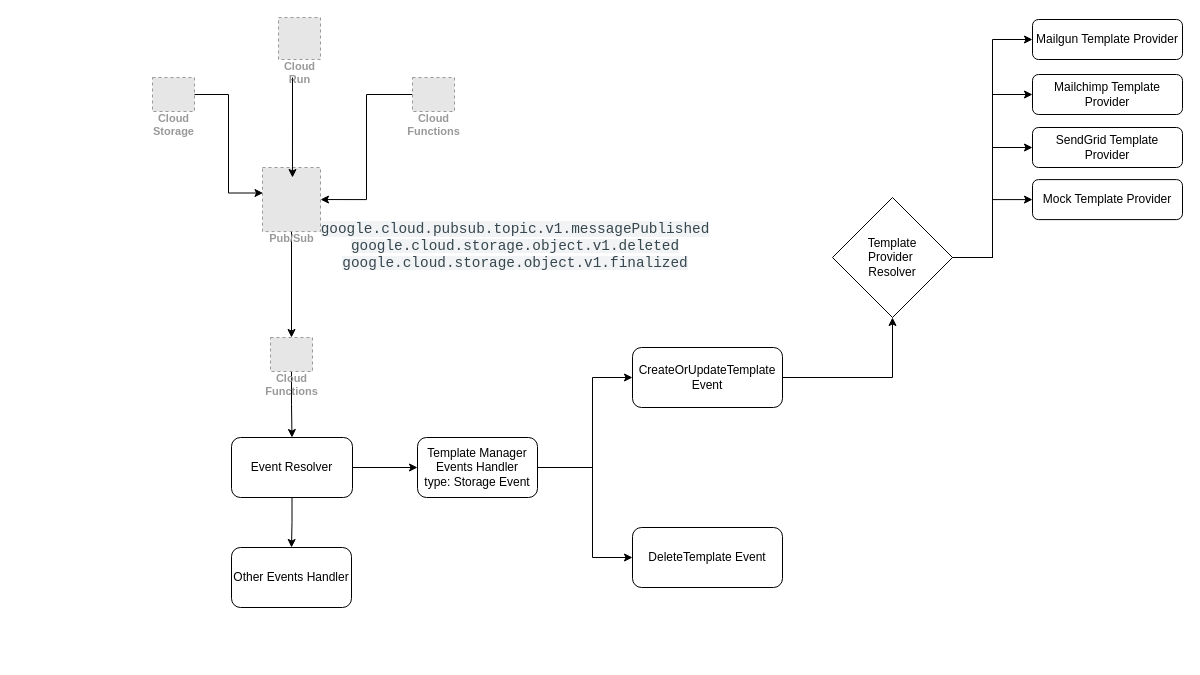
pSharpX/google-cfn-labs keeps this draw.io diagram as templatemanager-java/template_manager.drawio. Above is the earlier version. Source tidied: cells renumbered, new cells numbered last; positions are measured from the earlier drawing's top-left corner, leaving out a move shared by most shapes. Both pictures are drawn from the tidied source at 100%, with x=0, y=0 at pixel (152, 17). Pictures stored in the file or linked from it are replaced by grey dashed boxes.
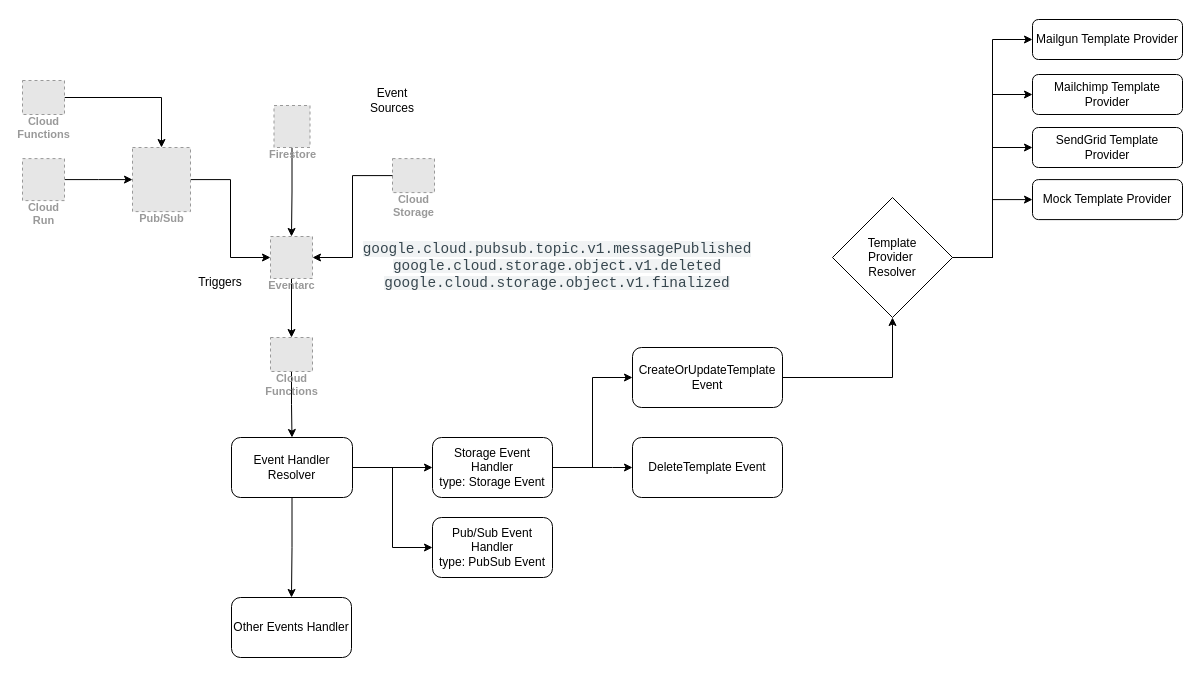
After the change.

Commit message:
feat(templatemanager-java): update diagram.

The change refers to these unchanged cells:
```xml
<mxCell id="5" value="Cloud&#10;Functions" style="fillColor=#E6E6E6;strokeColor=#999999;dashed=1;html=1;verticalAlign=top;labelPosition=center;verticalLabelPosition=bottom;align=center;spacingTop=-6;fontSize=11;fontStyle=1;fontColor=#999999;" parent="1" vertex="1">
  <mxGeometry x="118" y="320" width="42" height="34" as="geometry" />
</mxCell>
```

Diff of the diagram source:
```diff
@@
-    <mxCell id="2" style="edgeStyle=orthogonalEdgeStyle;rounded=0;jettySize=auto;html=1;entryX=0.5;entryY=0;entryDx=0;entryDy=0;" parent="1" edge="1" source="3" target="5">
-      <mxGeometry relative="1" as="geometry" />
-    </mxCell>
+    <mxCell id="32" style="edgeStyle=orthogonalEdgeStyle;rounded=0;jettySize=auto;html=1;entryX=0;entryY=0.5;entryDx=0;entryDy=0;" parent="1" edge="1" source="3" target="36">
+      <mxGeometry relative="1" as="geometry" />
+    </mxCell>
     <mxCell id="3" value="Pub/Sub" style="fillColor=#E6E6E6;strokeColor=#999999;dashed=1;html=1;verticalAlign=top;labelPosition=center;verticalLabelPosition=bottom;align=center;spacingTop=-6;fontSize=11;fontStyle=1;fontColor=#999999;" parent="1" vertex="1">
-      <mxGeometry x="110" y="150" width="58" height="64.1" as="geometry" />
+      <mxGeometry x="-20" y="130" width="58" height="64.1" as="geometry" />
     </mxCell>
@@
     <mxCell id="6" value="Cloud&#10;Storage" style="fillColor=#E6E6E6;strokeColor=#999999;dashed=1;html=1;verticalAlign=top;labelPosition=center;verticalLabelPosition=bottom;align=center;spacingTop=-6;fontSize=11;fontStyle=1;fontColor=#999999;" parent="1" vertex="1">
-      <mxGeometry y="60" width="42" height="34" as="geometry" />
+      <mxGeometry x="240" y="141.1" width="42" height="34" as="geometry" />
     </mxCell>
-    <mxCell id="7" style="edgeStyle=orthogonalEdgeStyle;rounded=0;jettySize=auto;html=1;entryX=0.009;entryY=0.398;entryDx=0;entryDy=0;entryPerimeter=0;" parent="1" edge="1" source="6" target="3">
+    <mxCell id="7" style="edgeStyle=orthogonalEdgeStyle;rounded=0;jettySize=auto;html=1;entryX=1;entryY=0.5;entryDx=0;entryDy=0;" parent="1" edge="1" source="6" target="36">
       <mxGeometry relative="1" as="geometry" />
     </mxCell>
+    <mxCell id="33" style="edgeStyle=orthogonalEdgeStyle;rounded=0;jettySize=auto;html=1;" parent="1" edge="1" source="8" target="3">
+      <mxGeometry relative="1" as="geometry" />
+    </mxCell>
     <mxCell id="8" value="Cloud&#10;Run" style="fillColor=#E6E6E6;strokeColor=#999999;dashed=1;html=1;verticalAlign=top;labelPosition=center;verticalLabelPosition=bottom;align=center;spacingTop=-6;fontSize=11;fontStyle=1;fontColor=#999999;" parent="1" vertex="1">
-      <mxGeometry x="126" width="42" height="42" as="geometry" />
+      <mxGeometry x="-130" y="141.1" width="42" height="42" as="geometry" />
     </mxCell>
-    <mxCell id="9" style="edgeStyle=orthogonalEdgeStyle;rounded=0;jettySize=auto;html=1;entryX=0.517;entryY=0.156;entryDx=0;entryDy=0;entryPerimeter=0;" parent="1" edge="1" target="3">
-      <mxGeometry relative="1" as="geometry">
-        <mxPoint x="140" y="60" as="sourcePoint" />
-        <Array as="points">
-          <mxPoint x="140" y="62" />
-        </Array>
-      </mxGeometry>
-    </mxCell>
-    <mxCell id="10" style="edgeStyle=orthogonalEdgeStyle;rounded=0;jettySize=auto;html=1;entryX=1;entryY=0.5;entryDx=0;entryDy=0;" parent="1" edge="1" source="11" target="3">
+    <mxCell id="10" style="edgeStyle=orthogonalEdgeStyle;rounded=0;jettySize=auto;html=1;" parent="1" edge="1" source="11" target="3">
       <mxGeometry relative="1" as="geometry" />
     </mxCell>
-    <mxCell id="11" value="Cloud&#10;Functions" style="fillColor=#E6E6E6;strokeColor=#999999;dashed=1;html=1;verticalAlign=top;labelPosition=center;verticalLabelPosition=bottom;align=center;spacingTop=-6;fontSize=11;fontStyle=1;fontColor=#999999;" parent="1" vertex="1">
-      <mxGeometry x="260" y="60" width="42" height="34" as="geometry" />
-    </mxCell>
@@
+    <mxCell id="34" style="edgeStyle=orthogonalEdgeStyle;rounded=0;jettySize=auto;html=1;entryX=0;entryY=0.5;entryDx=0;entryDy=0;" parent="1" edge="1" source="14" target="37">
+      <mxGeometry relative="1" as="geometry" />
+    </mxCell>
-    <mxCell id="14" value="Event Resolver" style="rounded=1;whiteSpace=wrap;html=1;" parent="1" vertex="1">
+    <mxCell id="14" value="Event Handler Resolver" style="rounded=1;whiteSpace=wrap;html=1;" parent="1" vertex="1">
       <mxGeometry x="79" y="420" width="121" height="60" as="geometry" />
     </mxCell>
@@
     <mxCell id="16" style="edgeStyle=orthogonalEdgeStyle;rounded=0;jettySize=auto;html=1;entryX=0;entryY=0.5;entryDx=0;entryDy=0;" parent="1" edge="1" source="17" target="21">
       <mxGeometry relative="1" as="geometry">
         <Array as="points">
-          <mxPoint x="440" y="450" />
-          <mxPoint x="440" y="540" />
+          <mxPoint x="460" y="450" />
+          <mxPoint x="460" y="450" />
         </Array>
       </mxGeometry>
     </mxCell>
-    <mxCell id="17" value="Template Manager Events Handler&lt;div&gt;type: Storage Event&lt;/div&gt;" style="rounded=1;whiteSpace=wrap;html=1;" parent="1" vertex="1">
-      <mxGeometry x="265" y="420" width="120" height="60" as="geometry" />
+    <mxCell id="17" value="Storage Event Handler&lt;div&gt;type: Storage Event&lt;/div&gt;" style="rounded=1;whiteSpace=wrap;html=1;" parent="1" vertex="1">
+      <mxGeometry x="280" y="420" width="120" height="60" as="geometry" />
     </mxCell>
     <mxCell id="18" value="Other Events Handler" style="rounded=1;whiteSpace=wrap;html=1;" parent="1" vertex="1">
-      <mxGeometry x="79" y="530" width="120" height="60" as="geometry" />
+      <mxGeometry x="79" y="580" width="120" height="60" as="geometry" />
     </mxCell>
@@
     <mxCell id="21" value="DeleteTemplate Event" style="rounded=1;whiteSpace=wrap;html=1;" parent="1" vertex="1">
-      <mxGeometry x="480" y="510" width="150" height="60" as="geometry" />
+      <mxGeometry x="480" y="420" width="150" height="60" as="geometry" />
     </mxCell>
@@
     <mxCell id="31" value="&lt;span style=&quot;color: rgb(55, 71, 79); font-family: &amp;quot;Roboto Mono&amp;quot;, monospace; font-size: 14.4px; text-align: left; background-color: rgb(241, 243, 244);&quot;&gt;google.cloud.pubsub.topic.v1.messagePublished&lt;/span&gt;&lt;div&gt;&lt;span style=&quot;text-align: left; background-color: rgb(241, 243, 244); color: rgb(55, 71, 79);&quot;&gt;&lt;font face=&quot;Roboto Mono, monospace&quot; color=&quot;#37474f&quot;&gt;&lt;span style=&quot;font-size: 14.4px;&quot;&gt;google.cloud.storage.object.v1.deleted&lt;/span&gt;&lt;/font&gt;&lt;/span&gt;&lt;/div&gt;&lt;div&gt;&lt;span style=&quot;text-align: left; background-color: rgb(241, 243, 244); color: rgb(55, 71, 79);&quot;&gt;&lt;font face=&quot;Roboto Mono, monospace&quot; color=&quot;#37474f&quot;&gt;&lt;span style=&quot;font-size: 14.4px;&quot;&gt;google.cloud.storage.object.v1.finalized&lt;/span&gt;&lt;/font&gt;&lt;/span&gt;&lt;/div&gt;" style="text;html=1;align=center;verticalAlign=middle;whiteSpace=wrap;rounded=0;" parent="1" vertex="1">
-      <mxGeometry x="168" y="190" width="390" height="77.9" as="geometry" />
+      <mxGeometry x="210" y="210" width="390" height="77.9" as="geometry" />
     </mxCell>
+    <mxCell id="35" style="edgeStyle=orthogonalEdgeStyle;rounded=0;jettySize=auto;html=1;" parent="1" edge="1" source="36" target="5">
+      <mxGeometry relative="1" as="geometry" />
+    </mxCell>
+    <mxCell id="36" value="Eventarc" style="fillColor=#E6E6E6;strokeColor=#999999;dashed=1;html=1;verticalAlign=top;labelPosition=center;verticalLabelPosition=bottom;align=center;spacingTop=-6;fontSize=11;fontStyle=1;fontColor=#999999;" parent="1" vertex="1">
+      <mxGeometry x="118" y="219" width="42" height="42" as="geometry" />
+    </mxCell>
+    <mxCell id="11" value="Cloud&#10;Functions" style="fillColor=#E6E6E6;strokeColor=#999999;dashed=1;html=1;verticalAlign=top;labelPosition=center;verticalLabelPosition=bottom;align=center;spacingTop=-6;fontSize=11;fontStyle=1;fontColor=#999999;" parent="1" vertex="1">
+      <mxGeometry x="-130" y="63" width="42" height="34" as="geometry" />
+    </mxCell>
+    <mxCell id="37" value="Pub/Sub Event Handler&lt;div&gt;type: PubSub Event&lt;/div&gt;" style="rounded=1;whiteSpace=wrap;html=1;" parent="1" vertex="1">
+      <mxGeometry x="280" y="500" width="120" height="60" as="geometry" />
+    </mxCell>
+    <mxCell id="38" style="edgeStyle=orthogonalEdgeStyle;rounded=0;jettySize=auto;html=1;" parent="1" edge="1" source="39" target="36">
+      <mxGeometry relative="1" as="geometry" />
+    </mxCell>
+    <mxCell id="39" value="Firestore" style="fillColor=#E6E6E6;strokeColor=#999999;dashed=1;html=1;verticalAlign=top;labelPosition=center;verticalLabelPosition=bottom;align=center;spacingTop=-6;fontSize=11;fontStyle=1;fontColor=#999999;" parent="1" vertex="1">
+      <mxGeometry x="121.5" y="88" width="36" height="42" as="geometry" />
+    </mxCell>
+    <mxCell id="40" value="Triggers" style="text;html=1;align=center;verticalAlign=middle;whiteSpace=wrap;rounded=0;" parent="1" vertex="1">
+      <mxGeometry x="38" y="250" width="60" height="30" as="geometry" />
+    </mxCell>
+    <mxCell id="41" value="Event Sources" style="text;html=1;align=center;verticalAlign=middle;whiteSpace=wrap;rounded=0;" parent="1" vertex="1">
+      <mxGeometry x="210" y="68" width="60" height="30" as="geometry" />
+    </mxCell>
```
